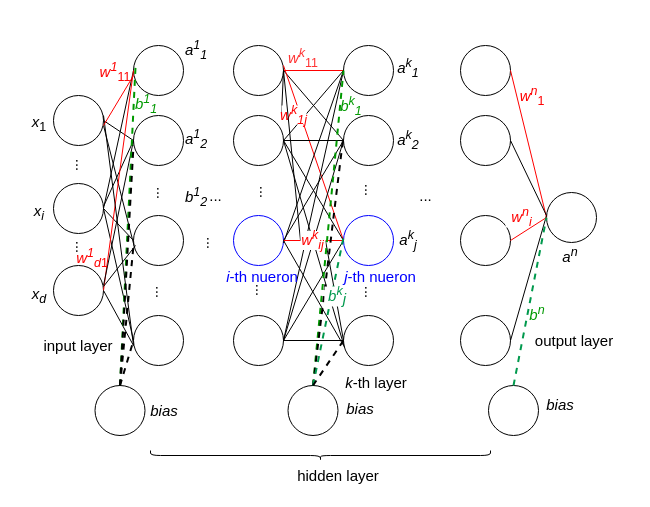
FanGuozheng/dftbpy keeps this draw.io diagram as mlp.drawio. Above is the earlier version. Source tidied: cells renumbered, new cells numbered last; positions are measured from the earlier drawing's top-left corner, leaving out a move shared by most shapes. Both pictures are drawn from the tidied source at 100%, with x=0, y=0 at pixel (17, 23).
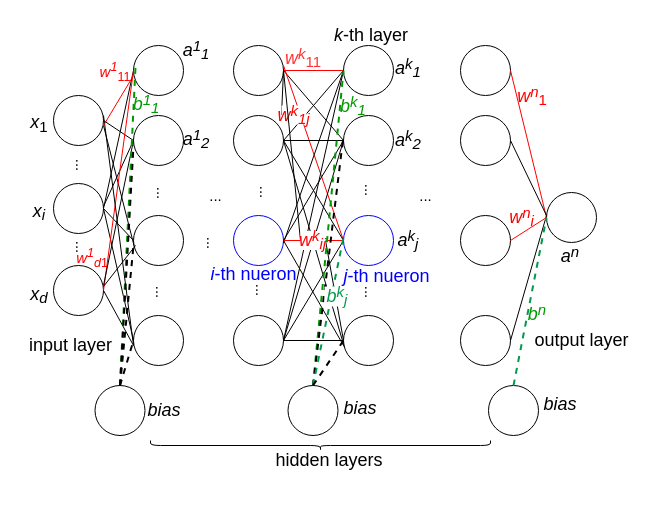
The same diagram, later.

What changed in the source:
```diff
@@
-    <mxCell id="62" value="&lt;font style=&quot;font-size: 15px;&quot;&gt;input layer&lt;/font&gt;" style="rounded=0;whiteSpace=wrap;html=1;fillColor=none;strokeColor=none;" parent="1" vertex="1">
-      <mxGeometry x="21" y="292" width="80" height="60" as="geometry" />
+    <mxCell id="62" value="&lt;font style=&quot;font-size: 18px;&quot;&gt;input layer&lt;/font&gt;" style="rounded=0;whiteSpace=wrap;html=1;fillColor=none;strokeColor=none;fontSize=18;" parent="1" vertex="1">
+      <mxGeometry x="6" y="292" width="95" height="60" as="geometry" />
     </mxCell>
     <mxCell id="63" style="shape=curlyBracket;whiteSpace=wrap;html=1;rounded=1;labelPosition=left;verticalLabelPosition=middle;align=right;verticalAlign=middle;rotation=-90;" parent="1" vertex="1">
-      <mxGeometry x="298" y="262" width="10" height="340" as="geometry" />
+      <mxGeometry x="298" y="252" width="10" height="340" as="geometry" />
     </mxCell>
-    <mxCell id="64" value="&lt;font style=&quot;font-size: 15px;&quot;&gt;hidden layer&lt;/font&gt;" style="rounded=0;whiteSpace=wrap;html=1;fillColor=none;strokeColor=none;" parent="1" vertex="1">
-      <mxGeometry x="216" y="437" width="210" height="30" as="geometry" />
+    <mxCell id="64" value="&lt;font style=&quot;font-size: 18px;&quot;&gt;hidden layers&lt;/font&gt;" style="rounded=0;whiteSpace=wrap;html=1;fillColor=none;strokeColor=none;fontSize=18;" parent="1" vertex="1">
+      <mxGeometry x="207" y="422" width="210" height="30" as="geometry" />
     </mxCell>
-    <mxCell id="65" value="&lt;font style=&quot;font-size: 15px;&quot;&gt;output layer&lt;/font&gt;" style="rounded=0;whiteSpace=wrap;html=1;fillColor=none;strokeColor=none;" parent="1" vertex="1">
-      <mxGeometry x="513" y="287" width="88" height="60" as="geometry" />
+    <mxCell id="65" value="&lt;font style=&quot;font-size: 18px;&quot;&gt;output layer&lt;/font&gt;" style="rounded=0;whiteSpace=wrap;html=1;fillColor=none;strokeColor=none;fontSize=18;" parent="1" vertex="1">
+      <mxGeometry x="513" y="287" width="103" height="60" as="geometry" />
     </mxCell>
-    <mxCell id="66" value="&lt;font style=&quot;font-size: 15px;&quot;&gt;&lt;i&gt;k&lt;/i&gt;-th layer&lt;/font&gt;" style="rounded=0;whiteSpace=wrap;html=1;fillColor=none;strokeColor=none;" parent="1" vertex="1">
-      <mxGeometry x="319" y="329" width="80" height="60" as="geometry" />
+    <mxCell id="66" value="&lt;font style=&quot;font-size: 18px;&quot;&gt;&lt;i style=&quot;font-size: 18px;&quot;&gt;k&lt;/i&gt;-th layer&lt;/font&gt;" style="rounded=0;whiteSpace=wrap;html=1;fillColor=none;strokeColor=none;fontSize=18;" parent="1" vertex="1">
+      <mxGeometry x="314" y="-6" width="80" height="36" as="geometry" />
     </mxCell>
-    <mxCell id="67" value="&lt;font style=&quot;font-size: 15px;&quot;&gt;&lt;i&gt;x&lt;/i&gt;&lt;sub&gt;1&lt;/sub&gt;&lt;/font&gt;" style="rounded=0;whiteSpace=wrap;html=1;fillColor=none;strokeColor=none;" parent="1" vertex="1">
+    <mxCell id="67" value="&lt;font style=&quot;&quot;&gt;&lt;i style=&quot;&quot;&gt;&lt;font style=&quot;font-size: 18px;&quot;&gt;x&lt;/font&gt;&lt;/i&gt;&lt;sub style=&quot;font-size: 15px;&quot;&gt;1&lt;/sub&gt;&lt;/font&gt;" style="rounded=0;whiteSpace=wrap;html=1;fillColor=none;strokeColor=none;fontSize=15;" parent="1" vertex="1">
       <mxGeometry y="70" width="44" height="60" as="geometry" />
     </mxCell>
-    <mxCell id="68" value="&lt;font style=&quot;font-size: 15px;&quot;&gt;&lt;i&gt;x&lt;sub&gt;d&lt;/sub&gt;&lt;/i&gt;&lt;/font&gt;" style="rounded=0;whiteSpace=wrap;html=1;fillColor=none;strokeColor=none;" parent="1" vertex="1">
+    <mxCell id="68" value="&lt;font style=&quot;&quot;&gt;&lt;i style=&quot;&quot;&gt;&lt;font style=&quot;font-size: 18px;&quot;&gt;x&lt;/font&gt;&lt;sub style=&quot;font-size: 15px;&quot;&gt;d&lt;/sub&gt;&lt;/i&gt;&lt;/font&gt;" style="rounded=0;whiteSpace=wrap;html=1;fillColor=none;strokeColor=none;" parent="1" vertex="1">
       <mxGeometry y="242" width="44" height="60" as="geometry" />
     </mxCell>
-    <mxCell id="69" value="&lt;font style=&quot;font-size: 15px;&quot;&gt;&lt;i&gt;x&lt;sub&gt;i&lt;/sub&gt;&lt;/i&gt;&lt;/font&gt;" style="rounded=0;whiteSpace=wrap;html=1;fillColor=none;strokeColor=none;" parent="1" vertex="1">
+    <mxCell id="69" value="&lt;font style=&quot;&quot;&gt;&lt;i style=&quot;&quot;&gt;&lt;font style=&quot;font-size: 18px;&quot;&gt;x&lt;/font&gt;&lt;sub style=&quot;font-size: 15px;&quot;&gt;i&lt;/sub&gt;&lt;/i&gt;&lt;/font&gt;" style="rounded=0;whiteSpace=wrap;html=1;fillColor=none;strokeColor=none;" parent="1" vertex="1">
       <mxGeometry y="159" width="44" height="60" as="geometry" />
     </mxCell>
@@
-    <mxCell id="71" value="&lt;span style=&quot;font-size: 15px;&quot;&gt;&lt;i&gt;a&lt;sup&gt;n&lt;/sup&gt;&lt;/i&gt;&lt;/span&gt;" style="rounded=0;whiteSpace=wrap;html=1;fillColor=none;strokeColor=none;" parent="1" vertex="1">
+    <mxCell id="71" value="&lt;i style=&quot;&quot;&gt;&lt;font style=&quot;font-size: 18px;&quot;&gt;a&lt;/font&gt;&lt;sup style=&quot;font-size: 15px;&quot;&gt;n&lt;/sup&gt;&lt;/i&gt;" style="rounded=0;whiteSpace=wrap;html=1;fillColor=none;strokeColor=none;" parent="1" vertex="1">
       <mxGeometry x="531" y="202" width="44" height="60" as="geometry" />
     </mxCell>
-    <mxCell id="72" value="&lt;font color=&quot;#ff3333&quot; style=&quot;font-size: 15px;&quot;&gt;&lt;i&gt;w&lt;sup&gt;k&lt;/sup&gt;&lt;/i&gt;&lt;sub&gt;11&lt;/sub&gt;&lt;/font&gt;" style="rounded=0;whiteSpace=wrap;html=1;fillColor=none;strokeColor=none;" parent="1" vertex="1">
+    <mxCell id="72" value="&lt;font color=&quot;#ff3333&quot; style=&quot;&quot;&gt;&lt;i style=&quot;&quot;&gt;&lt;font style=&quot;font-size: 18px;&quot;&gt;w&lt;/font&gt;&lt;sup style=&quot;font-size: 15px;&quot;&gt;k&lt;/sup&gt;&lt;/i&gt;&lt;sub style=&quot;font-size: 15px;&quot;&gt;11&lt;/sub&gt;&lt;/font&gt;" style="rounded=0;whiteSpace=wrap;html=1;fillColor=none;strokeColor=none;" parent="1" vertex="1">
       <mxGeometry x="264" width="44" height="70" as="geometry" />
     </mxCell>
@@
-    <mxCell id="74" value="&lt;font style=&quot;font-size: 15px;&quot;&gt;&lt;i&gt;w&lt;sup&gt;k&lt;/sup&gt;&lt;sub&gt;1j&lt;/sub&gt;&lt;/i&gt;&lt;/font&gt;" style="rounded=0;whiteSpace=wrap;html=1;fillColor=default;strokeColor=none;fontColor=#FF0000;" parent="1" vertex="1">
+    <mxCell id="74" value="&lt;font style=&quot;&quot;&gt;&lt;i style=&quot;&quot;&gt;&lt;font style=&quot;font-size: 18px;&quot;&gt;w&lt;/font&gt;&lt;sup style=&quot;font-size: 15px;&quot;&gt;k&lt;/sup&gt;&lt;sub style=&quot;font-size: 15px;&quot;&gt;1j&lt;/sub&gt;&lt;/i&gt;&lt;/font&gt;" style="rounded=0;whiteSpace=wrap;html=1;fillColor=default;strokeColor=none;fontColor=#FF0000;" parent="1" vertex="1">
       <mxGeometry x="264" y="82" width="25" height="19" as="geometry" />
     </mxCell>
@@
-    <mxCell id="76" value="&lt;font style=&quot;font-size: 15px;&quot;&gt;&lt;i&gt;w&lt;sup&gt;k&lt;/sup&gt;&lt;sub&gt;ij&lt;/sub&gt;&lt;/i&gt;&lt;/font&gt;" style="rounded=0;whiteSpace=wrap;html=1;fillColor=default;strokeColor=none;fontColor=#FF0000;" parent="1" vertex="1">
+    <mxCell id="76" value="&lt;font style=&quot;&quot;&gt;&lt;i style=&quot;&quot;&gt;&lt;font style=&quot;font-size: 18px;&quot;&gt;w&lt;/font&gt;&lt;sup style=&quot;font-size: 15px;&quot;&gt;k&lt;/sup&gt;&lt;sub style=&quot;font-size: 15px;&quot;&gt;ij&lt;/sub&gt;&lt;/i&gt;&lt;/font&gt;" style="rounded=0;whiteSpace=wrap;html=1;fillColor=default;strokeColor=none;fontColor=#FF0000;" parent="1" vertex="1">
       <mxGeometry x="283" y="207.5" width="25" height="19" as="geometry" />
     </mxCell>
-    <mxCell id="77" value="&lt;font style=&quot;font-size: 15px;&quot;&gt;&lt;i&gt;i&lt;/i&gt;-th nueron&lt;/font&gt;" style="rounded=0;whiteSpace=wrap;html=1;fillColor=none;strokeColor=none;fontColor=#0000FF;" parent="1" vertex="1">
-      <mxGeometry x="205" y="223" width="80" height="60" as="geometry" />
+    <mxCell id="77" value="&lt;font style=&quot;font-size: 18px;&quot;&gt;&lt;i style=&quot;font-size: 18px;&quot;&gt;i&lt;/i&gt;-th nueron&lt;/font&gt;" style="rounded=0;whiteSpace=wrap;html=1;fillColor=none;strokeColor=none;fontColor=#0000FF;fontSize=18;" parent="1" vertex="1">
+      <mxGeometry x="192" y="221" width="89" height="60" as="geometry" />
     </mxCell>
-    <mxCell id="78" value="&lt;font style=&quot;font-size: 15px;&quot;&gt;&lt;i&gt;j&lt;/i&gt;-th nueron&lt;/font&gt;" style="rounded=0;whiteSpace=wrap;html=1;fillColor=none;strokeColor=none;fontColor=#0000FF;" parent="1" vertex="1">
-      <mxGeometry x="323" y="223" width="80" height="60" as="geometry" />
+    <mxCell id="78" value="&lt;font style=&quot;font-size: 18px;&quot;&gt;&lt;i style=&quot;font-size: 18px;&quot;&gt;j&lt;/i&gt;-th nueron&lt;/font&gt;" style="rounded=0;whiteSpace=wrap;html=1;fillColor=none;strokeColor=none;fontColor=#0000FF;fontSize=18;" parent="1" vertex="1">
+      <mxGeometry x="323" y="223" width="93" height="60" as="geometry" />
     </mxCell>
-    <mxCell id="79" value="&lt;font style=&quot;font-size: 15px;&quot;&gt;&lt;i&gt;w&lt;sup&gt;n&lt;/sup&gt;&lt;/i&gt;&lt;sub&gt;1&lt;/sub&gt;&lt;/font&gt;" style="rounded=0;whiteSpace=wrap;html=1;fillColor=none;strokeColor=none;fontColor=#FF0000;" parent="1" vertex="1">
+    <mxCell id="79" value="&lt;font style=&quot;&quot;&gt;&lt;i style=&quot;&quot;&gt;&lt;font style=&quot;font-size: 18px;&quot;&gt;w&lt;/font&gt;&lt;sup style=&quot;font-size: 15px;&quot;&gt;n&lt;/sup&gt;&lt;/i&gt;&lt;sub style=&quot;font-size: 15px;&quot;&gt;1&lt;/sub&gt;&lt;/font&gt;" style="rounded=0;whiteSpace=wrap;html=1;fillColor=none;strokeColor=none;fontColor=#FF0000;" parent="1" vertex="1">
       <mxGeometry x="493" y="38" width="44" height="70" as="geometry" />
     </mxCell>
-    <mxCell id="80" value="&lt;font style=&quot;font-size: 15px;&quot;&gt;&lt;i&gt;w&lt;sup style=&quot;&quot;&gt;n&lt;/sup&gt;&lt;sub&gt;i&lt;/sub&gt;&lt;/i&gt;&lt;/font&gt;" style="rounded=0;whiteSpace=wrap;html=1;fillColor=default;strokeColor=none;fontColor=#FF0000;" parent="1" vertex="1">
+    <mxCell id="80" value="&lt;font style=&quot;&quot;&gt;&lt;i style=&quot;&quot;&gt;&lt;font style=&quot;font-size: 18px;&quot;&gt;w&lt;/font&gt;&lt;sup style=&quot;font-size: 15px;&quot;&gt;n&lt;/sup&gt;&lt;sub style=&quot;font-size: 15px;&quot;&gt;i&lt;/sub&gt;&lt;/i&gt;&lt;/font&gt;" style="rounded=0;whiteSpace=wrap;html=1;fillColor=none;strokeColor=none;fontColor=#FF0000;" parent="1" vertex="1">
       <mxGeometry x="488" y="184" width="33" height="20" as="geometry" />
     </mxCell>
@@
-    <mxCell id="82" value="&lt;span style=&quot;font-size: 15px;&quot;&gt;&lt;i&gt;a&lt;sup&gt;1&lt;/sup&gt;&lt;sub&gt;1&lt;/sub&gt;&lt;/i&gt;&lt;/span&gt;" style="rounded=0;whiteSpace=wrap;html=1;fillColor=none;strokeColor=none;" parent="1" vertex="1">
+    <mxCell id="82" value="&lt;i style=&quot;&quot;&gt;&lt;font style=&quot;font-size: 18px;&quot;&gt;a&lt;/font&gt;&lt;sup style=&quot;font-size: 15px;&quot;&gt;1&lt;/sup&gt;&lt;sub style=&quot;font-size: 15px;&quot;&gt;1&lt;/sub&gt;&lt;/i&gt;" style="rounded=0;whiteSpace=wrap;html=1;fillColor=none;strokeColor=none;" parent="1" vertex="1">
       <mxGeometry x="157" y="2" width="44" height="50" as="geometry" />
     </mxCell>
-    <mxCell id="83" value="&lt;span style=&quot;font-size: 15px;&quot;&gt;&lt;i&gt;a&lt;sup&gt;1&lt;/sup&gt;&lt;sub&gt;2&lt;/sub&gt;&lt;/i&gt;&lt;/span&gt;" style="rounded=0;whiteSpace=wrap;html=1;fillColor=none;strokeColor=none;" parent="1" vertex="1">
+    <mxCell id="83" value="&lt;i style=&quot;&quot;&gt;&lt;font style=&quot;font-size: 18px;&quot;&gt;a&lt;/font&gt;&lt;sup style=&quot;font-size: 15px;&quot;&gt;1&lt;/sup&gt;&lt;sub style=&quot;font-size: 15px;&quot;&gt;2&lt;/sub&gt;&lt;/i&gt;" style="rounded=0;whiteSpace=wrap;html=1;fillColor=none;strokeColor=none;" parent="1" vertex="1">
       <mxGeometry x="157" y="90.5" width="44" height="50" as="geometry" />
     </mxCell>
-    <mxCell id="84" value="&lt;span style=&quot;font-size: 15px;&quot;&gt;&lt;i&gt;a&lt;sup&gt;k&lt;/sup&gt;&lt;sub&gt;1&lt;/sub&gt;&lt;/i&gt;&lt;/span&gt;" style="rounded=0;whiteSpace=wrap;html=1;fillColor=none;strokeColor=none;" parent="1" vertex="1">
+    <mxCell id="84" value="&lt;i style=&quot;&quot;&gt;&lt;font style=&quot;font-size: 18px;&quot;&gt;a&lt;/font&gt;&lt;sup style=&quot;font-size: 15px;&quot;&gt;k&lt;/sup&gt;&lt;sub style=&quot;font-size: 15px;&quot;&gt;1&lt;/sub&gt;&lt;/i&gt;" style="rounded=0;whiteSpace=wrap;html=1;fillColor=none;strokeColor=none;" parent="1" vertex="1">
       <mxGeometry x="369" y="20" width="44" height="50" as="geometry" />
     </mxCell>
-    <mxCell id="85" value="&lt;span style=&quot;font-size: 15px;&quot;&gt;&lt;i&gt;a&lt;sup&gt;k&lt;/sup&gt;&lt;sub&gt;2&lt;/sub&gt;&lt;/i&gt;&lt;/span&gt;" style="rounded=0;whiteSpace=wrap;html=1;fillColor=none;strokeColor=none;" parent="1" vertex="1">
+    <mxCell id="85" value="&lt;i style=&quot;&quot;&gt;&lt;font style=&quot;font-size: 18px;&quot;&gt;a&lt;/font&gt;&lt;sup style=&quot;font-size: 15px;&quot;&gt;k&lt;/sup&gt;&lt;sub style=&quot;font-size: 15px;&quot;&gt;2&lt;/sub&gt;&lt;/i&gt;" style="rounded=0;whiteSpace=wrap;html=1;fillColor=none;strokeColor=none;" parent="1" vertex="1">
       <mxGeometry x="369" y="92" width="44" height="50" as="geometry" />
     </mxCell>
-    <mxCell id="86" value="&lt;span style=&quot;font-size: 15px;&quot;&gt;&lt;i&gt;a&lt;sup&gt;k&lt;/sup&gt;&lt;sub&gt;j&lt;/sub&gt;&lt;/i&gt;&lt;/span&gt;" style="rounded=0;whiteSpace=wrap;html=1;fillColor=none;strokeColor=none;" parent="1" vertex="1">
+    <mxCell id="86" value="&lt;i style=&quot;&quot;&gt;&lt;font style=&quot;font-size: 18px;&quot;&gt;a&lt;/font&gt;&lt;sup style=&quot;font-size: 15px;&quot;&gt;k&lt;/sup&gt;&lt;sub style=&quot;font-size: 15px;&quot;&gt;j&lt;/sub&gt;&lt;/i&gt;" style="rounded=0;whiteSpace=wrap;html=1;fillColor=none;strokeColor=none;" parent="1" vertex="1">
       <mxGeometry x="369" y="192" width="44" height="50" as="geometry" />
     </mxCell>
@@
-    <mxCell id="99" value="&lt;span style=&quot;font-size: 15px;&quot;&gt;&lt;i&gt;bias&lt;/i&gt;&lt;/span&gt;" style="rounded=0;whiteSpace=wrap;html=1;fillColor=none;strokeColor=none;" parent="1" vertex="1">
+    <mxCell id="99" value="&lt;span style=&quot;font-size: 18px;&quot;&gt;&lt;i style=&quot;font-size: 18px;&quot;&gt;bias&lt;/i&gt;&lt;/span&gt;" style="rounded=0;whiteSpace=wrap;html=1;fillColor=none;strokeColor=none;fontSize=18;" parent="1" vertex="1">
       <mxGeometry x="125" y="357" width="44" height="60" as="geometry" />
     </mxCell>
-    <mxCell id="100" value="&lt;span style=&quot;font-size: 15px;&quot;&gt;&lt;i&gt;bias&lt;/i&gt;&lt;/span&gt;" style="rounded=0;whiteSpace=wrap;html=1;fillColor=none;strokeColor=none;" parent="1" vertex="1">
+    <mxCell id="100" value="&lt;span style=&quot;font-size: 18px;&quot;&gt;&lt;i style=&quot;font-size: 18px;&quot;&gt;bias&lt;/i&gt;&lt;/span&gt;" style="rounded=0;whiteSpace=wrap;html=1;fillColor=none;strokeColor=none;fontSize=18;" parent="1" vertex="1">
       <mxGeometry x="320.5" y="357" width="44" height="55" as="geometry" />
     </mxCell>
-    <mxCell id="101" value="&lt;span style=&quot;font-size: 15px;&quot;&gt;&lt;i&gt;bias&lt;/i&gt;&lt;/span&gt;" style="rounded=0;whiteSpace=wrap;html=1;fillColor=none;strokeColor=none;" parent="1" vertex="1">
+    <mxCell id="101" value="&lt;span style=&quot;font-size: 18px;&quot;&gt;&lt;i style=&quot;font-size: 18px;&quot;&gt;bias&lt;/i&gt;&lt;/span&gt;" style="rounded=0;whiteSpace=wrap;html=1;fillColor=none;strokeColor=none;fontSize=18;" parent="1" vertex="1">
       <mxGeometry x="521" y="351" width="44" height="60" as="geometry" />
     </mxCell>
-    <mxCell id="102" value="&lt;span style=&quot;font-size: 15px;&quot;&gt;&lt;i&gt;b&lt;sup&gt;k&lt;/sup&gt;&lt;sub&gt;1&lt;/sub&gt;&lt;/i&gt;&lt;/span&gt;" style="rounded=0;whiteSpace=wrap;html=1;fillColor=none;strokeColor=none;fontColor=#009900;" parent="1" vertex="1">
-      <mxGeometry x="312" y="58" width="44" height="50" as="geometry" />
+    <mxCell id="102" value="&lt;i style=&quot;&quot;&gt;&lt;font style=&quot;font-size: 18px;&quot;&gt;b&lt;/font&gt;&lt;sup style=&quot;font-size: 15px;&quot;&gt;k&lt;/sup&gt;&lt;sub style=&quot;font-size: 15px;&quot;&gt;1&lt;/sub&gt;&lt;/i&gt;" style="rounded=0;whiteSpace=wrap;html=1;fillColor=none;strokeColor=none;fontColor=#009900;" parent="1" vertex="1">
+      <mxGeometry x="314" y="58" width="44" height="50" as="geometry" />
     </mxCell>
-    <mxCell id="103" value="&lt;i style=&quot;&quot;&gt;&lt;span style=&quot;font-size: 15px;&quot;&gt;b&lt;sup&gt;k&lt;/sup&gt;&lt;/span&gt;&lt;sub style=&quot;font-size: 15px;&quot;&gt;j&lt;/sub&gt;&lt;/i&gt;" style="rounded=0;whiteSpace=wrap;html=1;fillColor=default;strokeColor=none;fontColor=#00994D;" parent="1" vertex="1">
+    <mxCell id="103" value="&lt;i style=&quot;&quot;&gt;&lt;font style=&quot;font-size: 18px;&quot;&gt;b&lt;/font&gt;&lt;sup style=&quot;font-size: 15px;&quot;&gt;k&lt;/sup&gt;&lt;sub style=&quot;font-size: 15px;&quot;&gt;j&lt;/sub&gt;&lt;/i&gt;" style="rounded=0;whiteSpace=wrap;html=1;fillColor=default;strokeColor=none;fontColor=#00994D;" parent="1" vertex="1">
       <mxGeometry x="307" y="263" width="26" height="20" as="geometry" />
     </mxCell>
-    <mxCell id="104" value="&lt;span style=&quot;font-size: 15px;&quot;&gt;&lt;i&gt;b&lt;sup&gt;1&lt;/sup&gt;&lt;sub&gt;1&lt;/sub&gt;&lt;/i&gt;&lt;/span&gt;" style="rounded=0;whiteSpace=wrap;html=1;fillColor=none;strokeColor=none;fontColor=#009900;" parent="1" vertex="1">
+    <mxCell id="104" value="&lt;i style=&quot;&quot;&gt;&lt;font style=&quot;font-size: 18px;&quot;&gt;b&lt;/font&gt;&lt;sup style=&quot;font-size: 15px;&quot;&gt;1&lt;/sup&gt;&lt;sub style=&quot;font-size: 15px;&quot;&gt;1&lt;/sub&gt;&lt;/i&gt;" style="rounded=0;whiteSpace=wrap;html=1;fillColor=none;strokeColor=none;fontColor=#009900;" parent="1" vertex="1">
       <mxGeometry x="107" y="64" width="44" height="34" as="geometry" />
     </mxCell>
-    <mxCell id="105" value="&lt;span style=&quot;font-size: 15px;&quot;&gt;&lt;i&gt;b&lt;sup&gt;1&lt;/sup&gt;&lt;sub&gt;2&lt;/sub&gt;&lt;/i&gt;&lt;/span&gt;" style="rounded=0;whiteSpace=wrap;html=1;fillColor=none;strokeColor=none;" parent="1" vertex="1">
-      <mxGeometry x="158" y="162" width="42" height="23" as="geometry" />
-    </mxCell>
-    <mxCell id="106" value="&lt;span style=&quot;font-size: 15px;&quot;&gt;&lt;i&gt;b&lt;sup&gt;n&lt;/sup&gt;&lt;/i&gt;&lt;/span&gt;" style="rounded=0;whiteSpace=wrap;html=1;fillColor=none;strokeColor=none;fontColor=#009900;" parent="1" vertex="1">
+    <mxCell id="106" value="&lt;i style=&quot;&quot;&gt;&lt;font style=&quot;font-size: 18px;&quot;&gt;b&lt;/font&gt;&lt;sup style=&quot;font-size: 15px;&quot;&gt;n&lt;/sup&gt;&lt;/i&gt;" style="rounded=0;whiteSpace=wrap;html=1;fillColor=none;strokeColor=none;fontColor=#009900;" parent="1" vertex="1">
       <mxGeometry x="498" y="275" width="44" height="30" as="geometry" />
     </mxCell>
```
